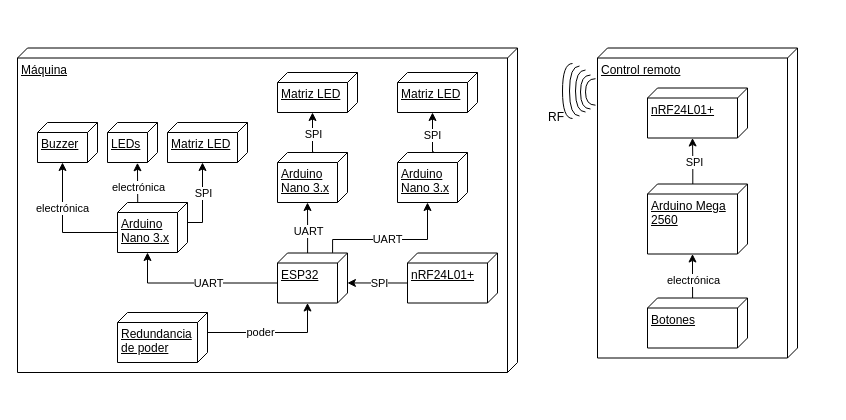
Before: Design/Machine/conexiones-maquina.drawio in Diego-Hiriart/Capstone_Hiriart-Corales-Samaniego, a draw.io diagram. Source tidied: cells renumbered, new cells numbered last; positions are measured from the earlier drawing's top-left corner, leaving out a move shared by most shapes. Both pictures are drawn from the tidied source at 100%, with x=0, y=0 at pixel (17, 48).
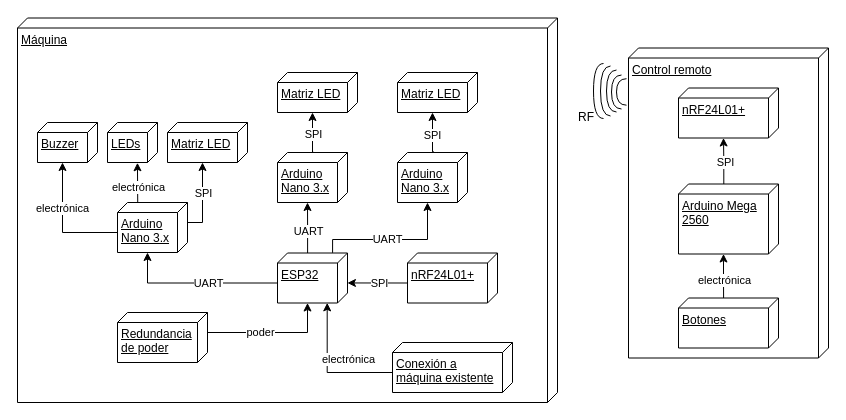
The same page after the edit.

The change refers to these unchanged cells:
```xml
<mxCell id="25" value="ESP32" style="verticalAlign=top;align=left;spacingTop=8;spacingLeft=2;spacingRight=12;shape=cube;size=10;direction=south;fontStyle=4;html=1;whiteSpace=wrap;" parent="1" vertex="1">
  <mxGeometry x="260" y="204.5" width="70" height="50" as="geometry" />
</mxCell>
```

Diff of the diagram source:
```diff
@@
     <mxCell id="2" value="Máquina" style="verticalAlign=top;align=left;spacingTop=8;spacingLeft=2;spacingRight=12;shape=cube;size=10;direction=south;fontStyle=4;html=1;whiteSpace=wrap;" parent="1" vertex="1">
-      <mxGeometry y="-0.5" width="500" height="324.5" as="geometry" />
+      <mxGeometry y="-30.5" width="540" height="384.5" as="geometry" />
     </mxCell>
     <mxCell id="3" value="Control remoto" style="verticalAlign=top;align=left;spacingTop=8;spacingLeft=2;spacingRight=12;shape=cube;size=10;direction=south;fontStyle=4;html=1;whiteSpace=wrap;" parent="1" vertex="1">
-      <mxGeometry x="580" y="-0.5" width="200" height="310" as="geometry" />
+      <mxGeometry x="611" y="-0.5" width="200" height="310" as="geometry" />
     </mxCell>
@@
     <mxCell id="8" value="Arduino Mega 2560" style="verticalAlign=top;align=left;spacingTop=8;spacingLeft=2;spacingRight=12;shape=cube;size=10;direction=south;fontStyle=4;html=1;whiteSpace=wrap;" parent="1" vertex="1">
-      <mxGeometry x="630" y="135.5" width="100" height="70" as="geometry" />
+      <mxGeometry x="661" y="135.5" width="100" height="70" as="geometry" />
     </mxCell>
     <mxCell id="9" value="nRF24L01+" style="verticalAlign=top;align=left;spacingTop=8;spacingLeft=2;spacingRight=12;shape=cube;size=10;direction=south;fontStyle=4;html=1;whiteSpace=wrap;" parent="1" vertex="1">
-      <mxGeometry x="630" y="39.5" width="100" height="50" as="geometry" />
+      <mxGeometry x="661" y="39.5" width="100" height="50" as="geometry" />
     </mxCell>
     <mxCell id="10" value="Botones" style="verticalAlign=top;align=left;spacingTop=8;spacingLeft=2;spacingRight=12;shape=cube;size=10;direction=south;fontStyle=4;html=1;whiteSpace=wrap;" parent="1" vertex="1">
-      <mxGeometry x="630" y="249.5" width="100" height="50" as="geometry" />
+      <mxGeometry x="661" y="249.5" width="100" height="50" as="geometry" />
     </mxCell>
     <mxCell id="11" style="group;" parent="1" vertex="1">
-      <mxGeometry x="545" y="15" width="33" height="55" as="geometry" />
+      <mxGeometry x="576" y="15" width="33" height="55" as="geometry" />
     </mxCell>
@@
     <mxCell id="27" value="RF" style="text;html=1;strokeColor=none;fillColor=none;align=center;verticalAlign=middle;whiteSpace=wrap;rounded=0;" parent="1" vertex="1">
-      <mxGeometry x="528" y="59.5" width="22" height="19" as="geometry" />
+      <mxGeometry x="558" y="59.5" width="22" height="19" as="geometry" />
     </mxCell>
@@
+    <mxCell id="48" style="edgeStyle=orthogonalEdgeStyle;rounded=0;jettySize=auto;html=1;exitX=0;exitY=0;exitDx=30;exitDy=120;exitPerimeter=0;entryX=0.997;entryY=0.29;entryDx=0;entryDy=0;entryPerimeter=0;" parent="1" edge="1" source="50" target="25">
+      <mxGeometry relative="1" as="geometry" />
+    </mxCell>
+    <mxCell id="49" value="electrónica" style="edgeLabel;html=1;align=center;verticalAlign=middle;" parent="48" vertex="1">
+      <mxGeometry x="-0.38" y="1" relative="1" as="geometry">
+        <mxPoint x="-3" y="-15" as="offset" />
+      </mxGeometry>
+    </mxCell>
+    <mxCell id="50" value="Conexión a máquina existente" style="verticalAlign=top;align=left;spacingTop=8;spacingLeft=2;spacingRight=12;shape=cube;size=10;direction=south;fontStyle=4;html=1;whiteSpace=wrap;" parent="1" vertex="1">
+      <mxGeometry x="375" y="294" width="120" height="50" as="geometry" />
+    </mxCell>
```
